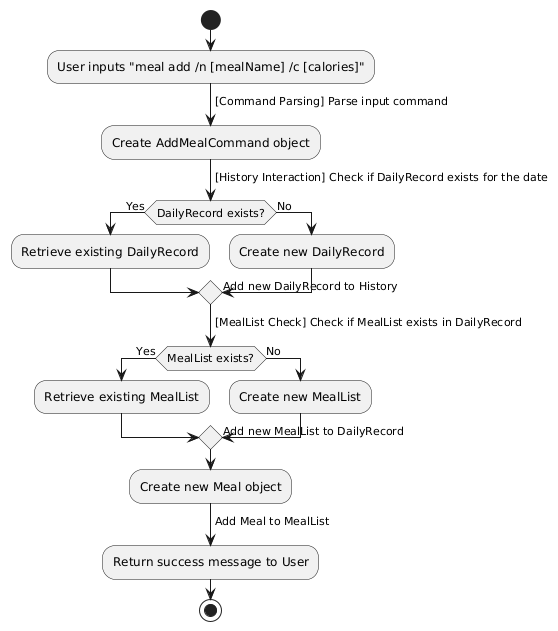
Earlier version of the PlantUML export docs/images/addMealActivitydiagram.png (nus-cs2113-AY2425S1/tp). Source of this version:
```plantuml
@startuml
start

:User inputs "meal add /n [mealName] /c [calories]";

-> [Command Parsing] Parse input command;
:Create AddMealCommand object;

-> [History Interaction] Check if DailyRecord exists for the date;
if (DailyRecord exists?) then (Yes)
  :Retrieve existing DailyRecord;
else (No)
  :Create new DailyRecord;
  -> Add new DailyRecord to History;
endif

-> [MealList Check] Check if MealList exists in DailyRecord;
if (MealList exists?) then (Yes)
  :Retrieve existing MealList;
else (No)
  :Create new MealList;
  -> Add new MealList to DailyRecord;
endif

:Create new Meal object;

-> Add Meal to MealList;
:Return success message to User;
stop
@enduml
```
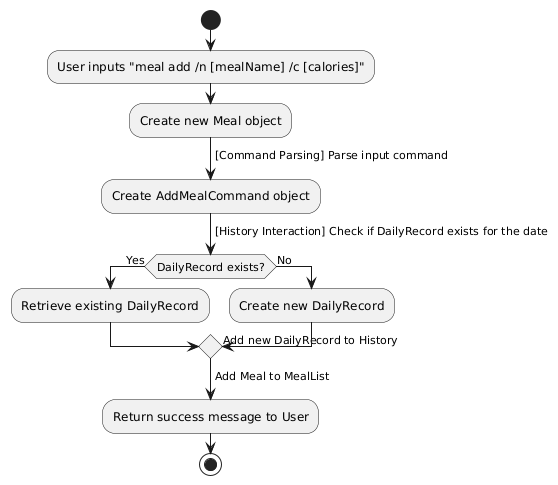
After the commit.

What changed in the source:
```diff
@@ -3,6 +3,7 @@
 
 :User inputs "meal add /n [mealName] /c [calories]";
 
+:Create new Meal object;
 -> [Command Parsing] Parse input command;
 :Create AddMealCommand object;
 
@@ -14,15 +15,7 @@
   -> Add new DailyRecord to History;
 endif
 
--> [MealList Check] Check if MealList exists in DailyRecord;
-if (MealList exists?) then (Yes)
-  :Retrieve existing MealList;
-else (No)
-  :Create new MealList;
-  -> Add new MealList to DailyRecord;
-endif
 
-:Create new Meal object;
 
 -> Add Meal to MealList;
 :Return success message to User;
```
